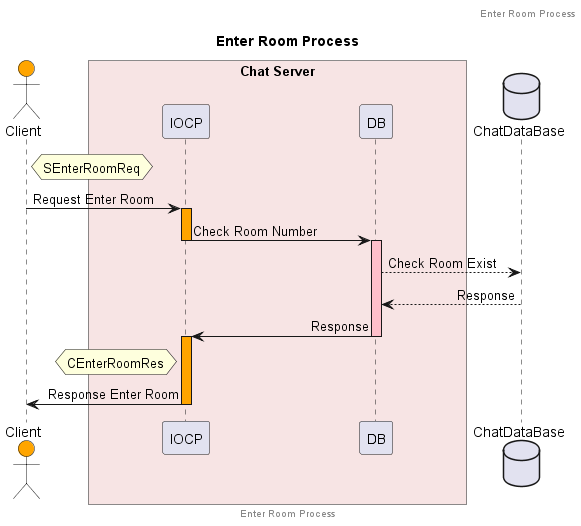
Above: Common/Sequence Diagrams/Enter Room Process.png in minttea25/Chat (PlantUML), before the change. Its diagram source:
```plantuml
@startuml
skinparam sequenceMessageAlign direction
skinparam ParticipantPadding 70

title Enter Room Process

header Enter Room Process
footer Enter Room Process

actor "Client" as C order 0 #Orange
box "Chat Server" #f7e4e4
participant "IOCP" as I order 1
participant "DB" as DB order 2
endbox
database "ChatDataBase" as CDB order 3

hnote right of C: SEnterRoomReq
C -> I : Request Enter Room
activate I #Orange
I -> DB: Check Room Number
deactivate I
activate DB #Pink
DB --> CDB : Check Room Exist
CDB --> DB : Response
DB -> I : Response
deactivate DB
activate I #Orange
hnote left of I: CEnterRoomRes
I -> C : Response Enter Room
deactivate I


@enduml
```
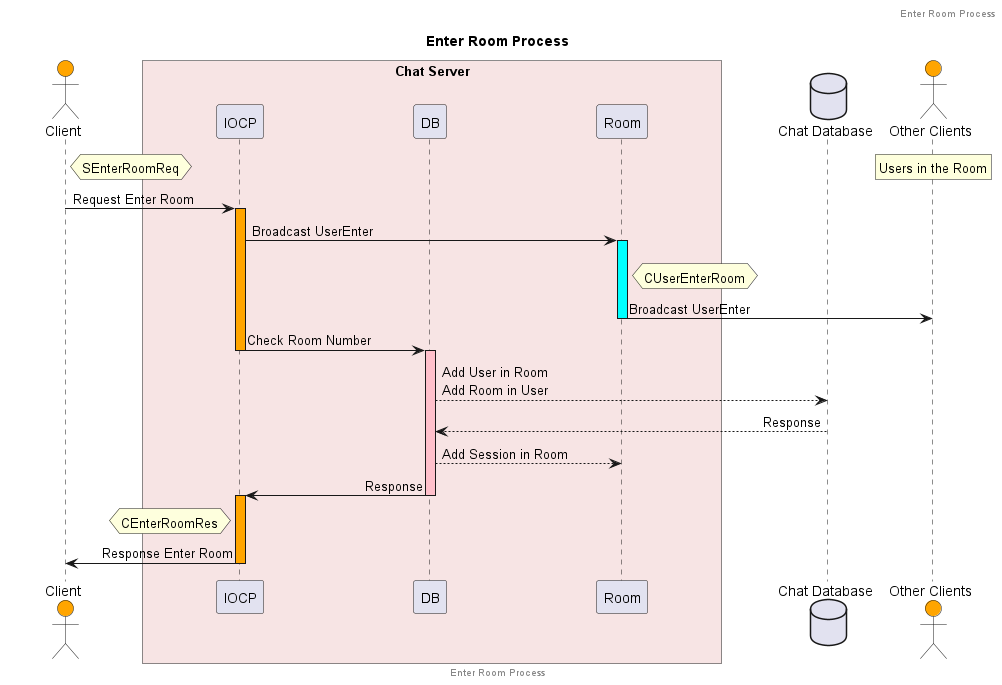
Above is the later version.

The edit, as a diff of the source:
```diff
@@ -1,6 +1,7 @@
 @startuml
 skinparam sequenceMessageAlign direction
 skinparam ParticipantPadding 70
+skinparam BoxPadding 50
 
 title Enter Room Process
 
@@ -10,18 +11,28 @@
 actor "Client" as C order 0 #Orange
 box "Chat Server" #f7e4e4
 participant "IOCP" as I order 1
+participant "Room" as R order 3
 participant "DB" as DB order 2
 endbox
-database "ChatDataBase" as CDB order 3
+database "Chat Database" as CDB order 3
+actor "Other Clients" as OC order 5 #Orange
 
 hnote right of C: SEnterRoomReq
+/rnote over OC : Users in the Room
 C -> I : Request Enter Room
 activate I #Orange
+I -> R: Broadcast UserEnter
+activate R #Cyan
+||10||
+hnote right of R: CUserEnterRoom
+R -> OC: Broadcast UserEnter
+deactivate R
 I -> DB: Check Room Number
 deactivate I
 activate DB #Pink
-DB --> CDB : Check Room Exist
+DB --> CDB : Add User in Room\nAdd Room in User
 CDB --> DB : Response
+DB --> R: Add Session in Room
 DB -> I : Response
 deactivate DB
 activate I #Orange
```
